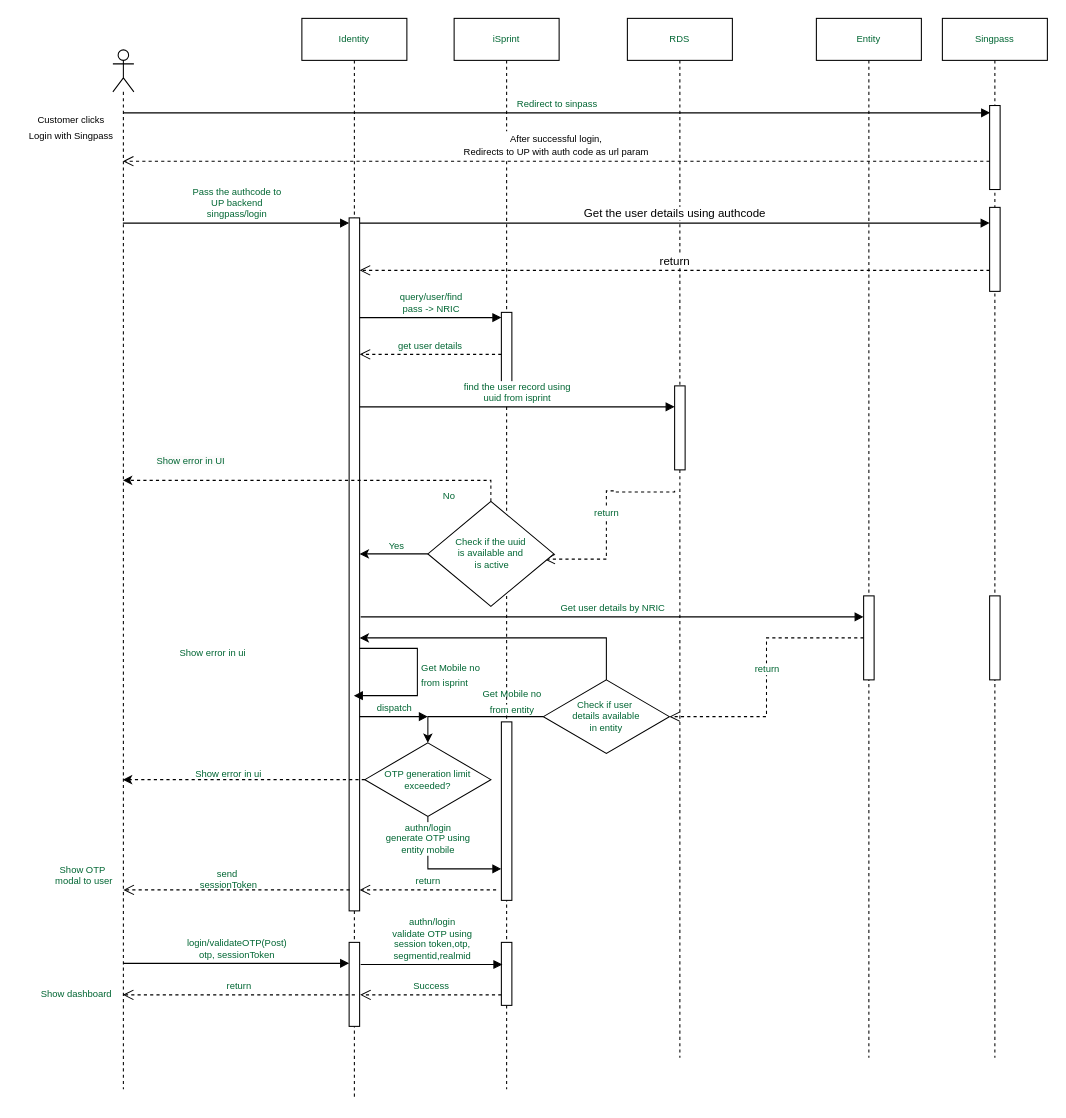
Before: singpass-login-flow.drawio in ajeeshraj56/drawio, a draw.io diagram. Source tidied: cells renumbered, new cells numbered last; positions are measured from the earlier drawing's top-left corner, leaving out a move shared by most shapes. Both pictures are drawn from the tidied source at 105%, with x=0, y=0 at pixel (18, 18).
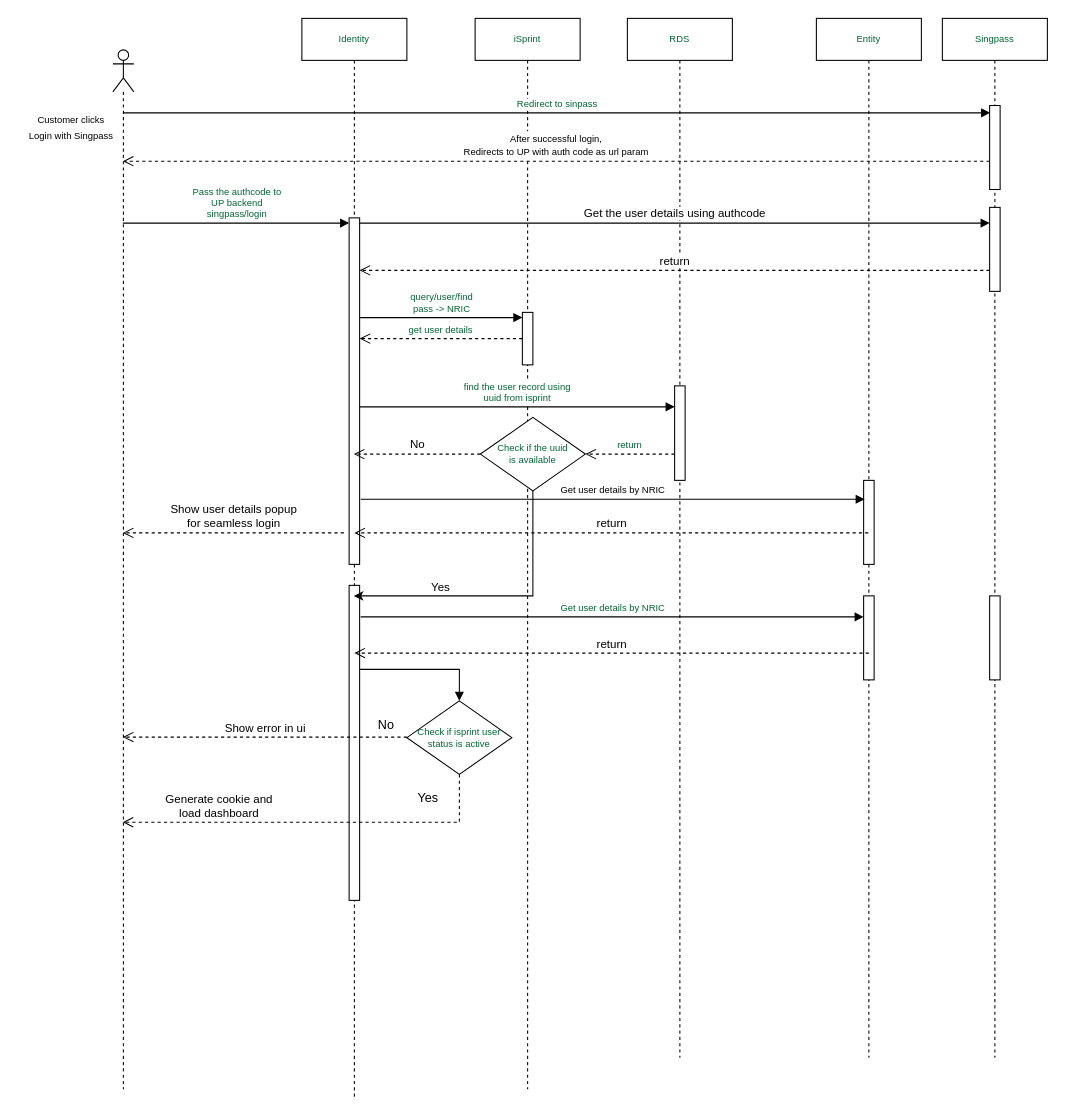
Above is the later version.

Unchanged cells that the change refers to:
```xml
<mxCell id="2" style="shape=umlLifeline;perimeter=lifelinePerimeter;whiteSpace=wrap;html=1;outlineConnect=0;portConstraint=eastwest;newEdgeStyle={&quot;curved&quot;:0,&quot;rounded&quot;:0};participant=umlActor;fontColor=#006633;fontSize=9;" parent="1" vertex="1">
  <mxGeometry x="90" y="30" width="20" height="990" as="geometry" />
</mxCell>
<mxCell id="3" value="Identity" style="shape=umlLifeline;perimeter=lifelinePerimeter;whiteSpace=wrap;html=1;outlineConnect=0;portConstraint=eastwest;newEdgeStyle={&quot;curved&quot;:0,&quot;rounded&quot;:0};fontColor=#006633;fontSize=9;" parent="1" vertex="1">
  <mxGeometry x="270" width="100" height="1030" as="geometry" />
</mxCell>
<mxCell id="11" value="RDS" style="shape=umlLifeline;perimeter=lifelinePerimeter;whiteSpace=wrap;html=1;newEdgeStyle={&quot;curved&quot;:0,&quot;rounded&quot;:0};fontColor=#006633;fontSize=9;" parent="1" vertex="1">
  <mxGeometry x="580" width="100" height="990" as="geometry" />
</mxCell>
<mxCell id="13" value="Entity" style="shape=umlLifeline;perimeter=lifelinePerimeter;whiteSpace=wrap;html=1;outlineConnect=0;portConstraint=eastwest;newEdgeStyle={&quot;curved&quot;:0,&quot;rounded&quot;:0};fontColor=#006633;fontSize=9;" parent="1" vertex="1">
  <mxGeometry x="760" width="100" height="990" as="geometry" />
</mxCell>
<mxCell id="14" style="html=1;points=[[0,0,0,0,5],[0,1,0,0,-5],[1,0,0,0,5],[1,1,0,0,-5]];perimeter=orthogonalPerimeter;outlineConnect=0;targetShapes=umlLifeline;portConstraint=eastwest;newEdgeStyle={&quot;curved&quot;:0,&quot;rounded&quot;:0};fontColor=#006633;fontSize=9;" parent="13" vertex="1">
  <mxGeometry x="45" y="550" width="10" height="80" as="geometry" />
</mxCell>
```

Change to the diagram source:
```diff
@@
     <mxCell id="4" style="html=1;points=[[0,0,0,0,5],[0,1,0,0,-5],[1,0,0,0,5],[1,1,0,0,-5]];perimeter=orthogonalPerimeter;outlineConnect=0;targetShapes=umlLifeline;portConstraint=eastwest;newEdgeStyle={&quot;curved&quot;:0,&quot;rounded&quot;:0};fontColor=#006633;fontSize=9;" parent="3" vertex="1">
-      <mxGeometry x="45" y="190" width="10" height="660" as="geometry" />
+      <mxGeometry x="45" y="190" width="10" height="330" as="geometry" />
     </mxCell>
-    <mxCell id="5" style="html=1;points=[[0,0,0,0,5],[0,1,0,0,-5],[1,0,0,0,5],[1,1,0,0,-5]];perimeter=orthogonalPerimeter;outlineConnect=0;targetShapes=umlLifeline;portConstraint=eastwest;newEdgeStyle={&quot;curved&quot;:0,&quot;rounded&quot;:0};fontColor=#006633;fontSize=9;" parent="3" vertex="1">
-      <mxGeometry x="45" y="880" width="10" height="80" as="geometry" />
-    </mxCell>
-    <mxCell id="6" value="&lt;font style=&quot;font-size: 9px;&quot;&gt;Get Mobile no &lt;br&gt;from isprint&lt;/font&gt;" style="html=1;align=left;spacingLeft=2;endArrow=block;rounded=0;edgeStyle=orthogonalEdgeStyle;curved=0;rounded=0;fontColor=#006633;" parent="3" edge="1" source="4" target="3">
-      <mxGeometry relative="1" as="geometry">
-        <Array as="points">
-          <mxPoint x="110" y="600" />
-          <mxPoint x="110" y="645" />
-        </Array>
-      </mxGeometry>
-    </mxCell>
+    <mxCell id="55" style="html=1;points=[[0,0,0,0,5],[0,1,0,0,-5],[1,0,0,0,5],[1,1,0,0,-5]];perimeter=orthogonalPerimeter;outlineConnect=0;targetShapes=umlLifeline;portConstraint=eastwest;newEdgeStyle={&quot;curved&quot;:0,&quot;rounded&quot;:0};" parent="3" vertex="1">
+      <mxGeometry x="45" y="540" width="10" height="300" as="geometry" />
+    </mxCell>
     <mxCell id="7" value="iSprint" style="shape=umlLifeline;perimeter=lifelinePerimeter;whiteSpace=wrap;html=1;newEdgeStyle={&quot;curved&quot;:0,&quot;rounded&quot;:0};fontColor=#006633;fontSize=9;" parent="1" vertex="1">
-      <mxGeometry x="415" width="100" height="1020" as="geometry" />
+      <mxGeometry x="435" width="100" height="1020" as="geometry" />
     </mxCell>
     <mxCell id="8" style="html=1;points=[[0,0,0,0,5],[0,1,0,0,-5],[1,0,0,0,5],[1,1,0,0,-5]];perimeter=orthogonalPerimeter;outlineConnect=0;targetShapes=umlLifeline;portConstraint=eastwest;newEdgeStyle={&quot;curved&quot;:0,&quot;rounded&quot;:0};fontColor=#006633;fontSize=9;" parent="7" vertex="1">
-      <mxGeometry x="45" y="280" width="10" height="80" as="geometry" />
+      <mxGeometry x="45" y="280" width="10" height="50" as="geometry" />
     </mxCell>
-    <mxCell id="9" style="html=1;points=[[0,0,0,0,5],[0,1,0,0,-5],[1,0,0,0,5],[1,1,0,0,-5]];perimeter=orthogonalPerimeter;outlineConnect=0;targetShapes=umlLifeline;portConstraint=eastwest;newEdgeStyle={&quot;curved&quot;:0,&quot;rounded&quot;:0};fontColor=#006633;fontSize=9;" parent="7" vertex="1">
-      <mxGeometry x="45" y="670" width="10" height="170" as="geometry" />
-    </mxCell>
-    <mxCell id="10" style="html=1;perimeter=orthogonalPerimeter;targetShapes=umlLifeline;newEdgeStyle={&quot;curved&quot;:0,&quot;rounded&quot;:0};fontColor=#006633;fontSize=9;" parent="7" vertex="1">
-      <mxGeometry x="45" y="880" width="10" height="60" as="geometry" />
-    </mxCell>
@@
     <mxCell id="12" style="html=1;points=[[0,0,0,0,5],[0,1,0,0,-5],[1,0,0,0,5],[1,1,0,0,-5]];perimeter=orthogonalPerimeter;outlineConnect=0;targetShapes=umlLifeline;portConstraint=eastwest;newEdgeStyle={&quot;curved&quot;:0,&quot;rounded&quot;:0};fontColor=#006633;fontSize=9;" parent="11" vertex="1">
-      <mxGeometry x="45" y="350" width="10" height="80" as="geometry" />
+      <mxGeometry x="45" y="350" width="10" height="90" as="geometry" />
     </mxCell>
@@
+    <mxCell id="56" style="html=1;perimeter=orthogonalPerimeter;targetShapes=umlLifeline;newEdgeStyle={&quot;curved&quot;:0,&quot;rounded&quot;:0};fontColor=#006633;fontSize=9;" parent="13" vertex="1">
+      <mxGeometry x="45" y="440" width="10" height="80" as="geometry" />
+    </mxCell>
@@
-    <mxCell id="20" value="return" style="html=1;verticalAlign=bottom;endArrow=open;dashed=1;endSize=8;rounded=0;entryX=0.925;entryY=0.55;entryDx=0;entryDy=0;entryPerimeter=0;strokeColor=default;edgeStyle=orthogonalEdgeStyle;fontColor=#006633;fontSize=9;" parent="1" edge="1" target="23">
-      <mxGeometry relative="1" as="geometry">
-        <mxPoint x="625" y="450" as="sourcePoint" />
-        <Array as="points">
-          <mxPoint x="625" y="451" />
-          <mxPoint x="568" y="451" />
-          <mxPoint x="568" y="450" />
-          <mxPoint x="560" y="450" />
-          <mxPoint x="560" y="515" />
-        </Array>
-      </mxGeometry>
+    <mxCell id="20" value="return" style="html=1;verticalAlign=bottom;endArrow=open;dashed=1;endSize=8;rounded=0;strokeColor=default;fontColor=#006633;fontSize=9;entryX=1;entryY=0.5;entryDx=0;entryDy=0;" parent="1" edge="1" source="12" target="23">
+      <mxGeometry relative="1" as="geometry" />
     </mxCell>
-    <mxCell id="21" style="rounded=0;jettySize=auto;html=1;exitX=0;exitY=0.5;exitDx=0;exitDy=0;fontColor=#006633;fontSize=9;" parent="1" edge="1" source="23" target="4">
-      <mxGeometry relative="1" as="geometry" />
-    </mxCell>
-    <mxCell id="22" style="edgeStyle=orthogonalEdgeStyle;rounded=0;jettySize=auto;html=1;exitX=0.5;exitY=0;exitDx=0;exitDy=0;dashed=1;fontColor=#006633;fontSize=9;" parent="1" edge="1" source="23" target="2">
-      <mxGeometry relative="1" as="geometry">
-        <Array as="points">
-          <mxPoint x="450" y="440" />
-        </Array>
-      </mxGeometry>
-    </mxCell>
+    <mxCell id="57" style="edgeStyle=orthogonalEdgeStyle;rounded=0;jettySize=auto;html=1;exitX=0.5;exitY=1;exitDx=0;exitDy=0;" parent="1" edge="1" source="23" target="3">
+      <mxGeometry relative="1" as="geometry">
+        <Array as="points">
+          <mxPoint x="490" y="550" />
+        </Array>
+      </mxGeometry>
+    </mxCell>
+    <mxCell id="58" value="Yes" style="edgeLabel;html=1;align=center;verticalAlign=middle;" parent="57" vertex="1">
+      <mxGeometry x="0.4" y="-9" relative="1" as="geometry" />
+    </mxCell>
-    <mxCell id="23" value="&lt;font style=&quot;font-size: 9px;&quot;&gt;Check if the uuid &lt;br style=&quot;font-size: 9px;&quot;&gt;is available and&lt;br style=&quot;font-size: 9px;&quot;&gt;&amp;nbsp;is active&lt;/font&gt;" style="rhombus;whiteSpace=wrap;html=1;fontColor=#006633;fontSize=9;" parent="1" vertex="1">
-      <mxGeometry x="390" y="460" width="120" height="100" as="geometry" />
+    <mxCell id="23" value="&lt;font style=&quot;font-size: 9px;&quot;&gt;Check if the uuid &lt;br style=&quot;font-size: 9px;&quot;&gt;is available&lt;/font&gt;" style="rhombus;whiteSpace=wrap;html=1;fontColor=#006633;fontSize=9;" parent="1" vertex="1">
+      <mxGeometry x="440" y="380" width="100" height="70" as="geometry" />
     </mxCell>
-    <mxCell id="24" value="No" style="text;html=1;align=center;verticalAlign=middle;strokeColor=none;fillColor=none;fontColor=#006633;fontSize=9;" parent="1" vertex="1">
-      <mxGeometry x="390" y="445" width="40" height="20" as="geometry" />
-    </mxCell>
-    <mxCell id="25" value="Yes" style="text;html=1;align=center;verticalAlign=middle;strokeColor=none;fillColor=none;fontColor=#006633;fontSize=9;" parent="1" vertex="1">
-      <mxGeometry x="340" y="493" width="40" height="20" as="geometry" />
-    </mxCell>
-    <mxCell id="26" value="&lt;span style=&quot;font-family: Helvetica; font-style: normal; font-variant-ligatures: normal; font-variant-caps: normal; font-weight: 400; letter-spacing: normal; orphans: 2; text-align: center; text-indent: 0px; text-transform: none; widows: 2; word-spacing: 0px; -webkit-text-stroke-width: 0px; background-color: rgb(251, 251, 251); text-decoration-thickness: initial; text-decoration-style: initial; text-decoration-color: initial; float: none; display: inline !important; font-size: 9px;&quot;&gt;&lt;font style=&quot;font-size: 9px;&quot;&gt;Show error in UI&lt;/font&gt;&lt;/span&gt;" style="text;whiteSpace=wrap;html=1;fontColor=#006633;fontSize=9;" parent="1" vertex="1">
-      <mxGeometry x="130" y="410" width="120" height="40" as="geometry" />
-    </mxCell>
@@
-    <mxCell id="28" style="rounded=0;jettySize=auto;html=1;exitX=0;exitY=0.5;exitDx=0;exitDy=0;fontColor=#006633;fontSize=9;entryX=0.5;entryY=0;entryDx=0;entryDy=0;edgeStyle=orthogonalEdgeStyle;" parent="1" edge="1" source="30" target="42">
-      <mxGeometry relative="1" as="geometry" />
-    </mxCell>
-    <mxCell id="29" style="edgeStyle=orthogonalEdgeStyle;rounded=0;jettySize=auto;html=1;exitX=0.5;exitY=0;exitDx=0;exitDy=0;fontColor=#006633;" parent="1" edge="1" source="30" target="4">
-      <mxGeometry relative="1" as="geometry">
-        <Array as="points">
-          <mxPoint x="560" y="590" />
-        </Array>
-      </mxGeometry>
-    </mxCell>
-    <mxCell id="30" value="&lt;font style=&quot;font-size: 9px;&quot;&gt;Check if user&amp;nbsp;&lt;br style=&quot;font-size: 9px;&quot;&gt;details available&lt;br style=&quot;font-size: 9px;&quot;&gt;in entity&lt;br style=&quot;font-size: 9px;&quot;&gt;&lt;/font&gt;" style="rhombus;whiteSpace=wrap;html=1;fontColor=#006633;fontSize=9;" parent="1" vertex="1">
-      <mxGeometry x="500" y="630" width="120" height="70" as="geometry" />
-    </mxCell>
-    <mxCell id="31" value="return" style="html=1;verticalAlign=bottom;endArrow=open;dashed=1;endSize=8;rounded=0;entryX=1;entryY=0.5;entryDx=0;entryDy=0;edgeStyle=orthogonalEdgeStyle;fontColor=#006633;fontSize=9;" parent="1" edge="1" source="14" target="30">
-      <mxGeometry relative="1" as="geometry" />
-    </mxCell>
-    <mxCell id="32" value="&lt;font style=&quot;font-size: 9px;&quot;&gt;Show error in ui&lt;/font&gt;" style="text;html=1;align=center;verticalAlign=middle;strokeColor=none;fillColor=none;fontColor=#006633;fontSize=9;" parent="1" vertex="1">
-      <mxGeometry x="140" y="595" width="90" height="20" as="geometry" />
-    </mxCell>
-    <mxCell id="33" value="&lt;font style=&quot;font-size: 9px;&quot;&gt;authn/login&lt;br style=&quot;font-size: 9px;&quot;&gt;generate OTP using &lt;br style=&quot;font-size: 9px;&quot;&gt;entity mobile&lt;/font&gt;" style="html=1;verticalAlign=bottom;endArrow=block;rounded=0;fontColor=#006633;fontSize=9;exitX=0.5;exitY=1;exitDx=0;exitDy=0;edgeStyle=orthogonalEdgeStyle;" parent="1" edge="1" source="42" target="9">
-      <mxGeometry x="-0.33" relative="1" as="geometry">
-        <Array as="points">
-          <mxPoint x="390" y="810" />
-        </Array>
-      </mxGeometry>
-    </mxCell>
-    <mxCell id="34" value="return" style="html=1;verticalAlign=bottom;endArrow=open;dashed=1;endSize=8;curved=0;rounded=0;fontColor=#006633;fontSize=9;" parent="1" edge="1">
-      <mxGeometry relative="1" as="geometry">
-        <mxPoint x="455" y="830" as="sourcePoint" />
-        <mxPoint x="325" y="830" as="targetPoint" />
-      </mxGeometry>
-    </mxCell>
-    <mxCell id="35" value="&lt;font style=&quot;font-size: 9px;&quot;&gt;Show OTP&lt;br style=&quot;font-size: 9px;&quot;&gt;&amp;nbsp;modal to user&lt;/font&gt;" style="html=1;verticalAlign=bottom;endArrow=open;dashed=1;endSize=8;curved=0;rounded=0;fontColor=#006633;fontSize=9;" parent="1" edge="1">
-      <mxGeometry x="1" y="40" relative="1" as="geometry">
-        <mxPoint x="315.5" y="830" as="sourcePoint" />
-        <mxPoint x="100" y="830" as="targetPoint" />
-        <mxPoint x="-39" y="-40" as="offset" />
-      </mxGeometry>
-    </mxCell>
-    <mxCell id="36" value="&lt;font style=&quot;font-size: 9px;&quot;&gt;send&amp;nbsp;&lt;br style=&quot;font-size: 9px;&quot;&gt;sessionToken&lt;/font&gt;" style="text;html=1;align=center;verticalAlign=middle;strokeColor=none;fillColor=none;fontColor=#006633;fontSize=9;" parent="1" vertex="1">
-      <mxGeometry x="160" y="800" width="80" height="40" as="geometry" />
-    </mxCell>
-    <mxCell id="37" value="&lt;font style=&quot;font-size: 9px;&quot;&gt;login/validateOTP(Post)&lt;br style=&quot;font-size: 9px;&quot;&gt;otp, sessionToken&lt;/font&gt;" style="html=1;verticalAlign=bottom;endArrow=block;curved=0;rounded=0;fontColor=#006633;fontSize=9;" parent="1" edge="1" target="5">
-      <mxGeometry relative="1" as="geometry">
-        <mxPoint x="100" y="900" as="sourcePoint" />
-      </mxGeometry>
-    </mxCell>
-    <mxCell id="38" value="&lt;font style=&quot;font-size: 9px;&quot;&gt;authn/login&lt;br style=&quot;font-size: 9px;&quot;&gt;validate OTP using &lt;br style=&quot;font-size: 9px;&quot;&gt;session token,otp,&lt;br style=&quot;font-size: 9px;&quot;&gt;segmentid,realmid&lt;br style=&quot;font-size: 9px;&quot;&gt;&lt;/font&gt;" style="html=1;verticalAlign=bottom;endArrow=block;curved=0;rounded=0;fontColor=#006633;fontSize=9;" parent="1" edge="1">
-      <mxGeometry relative="1" as="geometry">
-        <mxPoint x="326" y="901" as="sourcePoint" />
-        <mxPoint x="461" y="901" as="targetPoint" />
-      </mxGeometry>
-    </mxCell>
-    <mxCell id="39" value="Success" style="html=1;verticalAlign=bottom;endArrow=open;dashed=1;endSize=8;curved=0;rounded=0;fontColor=#006633;fontSize=9;exitX=0;exitY=1;exitDx=0;exitDy=-5;exitPerimeter=0;" parent="1" edge="1">
-      <mxGeometry relative="1" as="geometry">
-        <mxPoint x="460" y="930" as="sourcePoint" />
-        <mxPoint x="325.5" y="930" as="targetPoint" />
-      </mxGeometry>
-    </mxCell>
-    <mxCell id="40" value="return" style="html=1;verticalAlign=bottom;endArrow=open;dashed=1;endSize=8;curved=0;rounded=0;fontSize=9;fontColor=#006633;" parent="1" edge="1" target="2">
-      <mxGeometry relative="1" as="geometry">
-        <mxPoint x="320.5" y="930" as="sourcePoint" />
-      </mxGeometry>
-    </mxCell>
-    <mxCell id="41" value="&lt;font style=&quot;font-size: 9px;&quot;&gt;Show dashboard&lt;/font&gt;" style="text;html=1;align=center;verticalAlign=middle;strokeColor=none;fillColor=none;fontSize=9;fontColor=#006633;" parent="1" vertex="1">
-      <mxGeometry x="10" y="920" width="90" height="20" as="geometry" />
-    </mxCell>
-    <mxCell id="42" value="&lt;font style=&quot;font-size: 9px;&quot;&gt;OTP generation limit exceeded?&lt;br style=&quot;font-size: 9px;&quot;&gt;&lt;/font&gt;" style="rhombus;whiteSpace=wrap;html=1;fontColor=#006633;fontSize=9;" parent="1" vertex="1">
-      <mxGeometry x="330" y="690" width="120" height="70" as="geometry" />
-    </mxCell>
-    <mxCell id="43" style="rounded=0;jettySize=auto;html=1;dashed=1;fontColor=#006633;fontSize=9;exitX=0;exitY=0.5;exitDx=0;exitDy=0;" parent="1" edge="1" source="42" target="2">
-      <mxGeometry relative="1" as="geometry" />
-    </mxCell>
-    <mxCell id="44" value="&lt;font style=&quot;font-size: 9px;&quot;&gt;Show error in ui&lt;/font&gt;" style="text;html=1;align=center;verticalAlign=middle;strokeColor=none;fillColor=none;fontColor=#006633;fontSize=9;" parent="1" vertex="1">
-      <mxGeometry x="155" y="710" width="90" height="20" as="geometry" />
-    </mxCell>
-    <mxCell id="45" value="&lt;font style=&quot;font-size: 9px;&quot;&gt;dispatch&lt;/font&gt;" style="html=1;verticalAlign=bottom;endArrow=block;curved=0;rounded=0;fontColor=#006633;" parent="1" edge="1" source="4">
-      <mxGeometry relative="1" as="geometry">
-        <mxPoint x="390" y="665" as="targetPoint" />
-      </mxGeometry>
-    </mxCell>
-    <mxCell id="46" value="&lt;font color=&quot;#006633&quot; style=&quot;font-size: 9px;&quot;&gt;Get Mobile no&lt;br style=&quot;border-color: var(--border-color); text-align: left; background-color: rgb(255, 255, 255);&quot;&gt;&lt;span style=&quot;text-align: left; background-color: rgb(255, 255, 255);&quot;&gt;from entity&lt;/span&gt;&lt;/font&gt;" style="text;html=1;align=center;verticalAlign=middle;rotation=0;" parent="1" vertex="1">
-      <mxGeometry x="430" y="630" width="80" height="40" as="geometry" />
-    </mxCell>
@@
+    <mxCell id="59" value="No" style="html=1;verticalAlign=bottom;endArrow=open;dashed=1;endSize=8;curved=0;rounded=0;exitX=0;exitY=0.5;exitDx=0;exitDy=0;" parent="1" edge="1" source="23" target="3">
+      <mxGeometry relative="1" as="geometry" />
+    </mxCell>
+    <mxCell id="60" value="&lt;font style=&quot;font-size: 9px;&quot;&gt;Get user details by NRIC&lt;/font&gt;" style="html=1;verticalAlign=bottom;endArrow=block;curved=0;rounded=0;" parent="1" edge="1">
+      <mxGeometry relative="1" as="geometry">
+        <mxPoint x="326" y="458" as="sourcePoint" />
+        <mxPoint x="806" y="458" as="targetPoint" />
+      </mxGeometry>
+    </mxCell>
+    <mxCell id="61" value="return" style="html=1;verticalAlign=bottom;endArrow=open;dashed=1;endSize=8;curved=0;rounded=0;" parent="1" edge="1" source="13">
+      <mxGeometry relative="1" as="geometry">
+        <mxPoint x="320" y="490" as="targetPoint" />
+      </mxGeometry>
+    </mxCell>
+    <mxCell id="62" value="Show user details popup&lt;br&gt;for seamless login" style="html=1;verticalAlign=bottom;endArrow=open;dashed=1;endSize=8;curved=0;rounded=0;" parent="1" edge="1" target="2">
+      <mxGeometry relative="1" as="geometry">
+        <mxPoint x="310" y="490" as="sourcePoint" />
+      </mxGeometry>
+    </mxCell>
+    <mxCell id="63" value="return" style="html=1;verticalAlign=bottom;endArrow=open;dashed=1;endSize=8;curved=0;rounded=0;" parent="1" edge="1">
+      <mxGeometry relative="1" as="geometry">
+        <mxPoint x="810" y="604.5" as="sourcePoint" />
+        <mxPoint x="320" y="604.5" as="targetPoint" />
+      </mxGeometry>
+    </mxCell>
+    <mxCell id="64" value="Check if isprint user status is active" style="rhombus;whiteSpace=wrap;html=1;fontColor=#006633;fontSize=9;" parent="1" vertex="1">
+      <mxGeometry x="370" y="650" width="100" height="70" as="geometry" />
+    </mxCell>
+    <mxCell id="65" style="html=1;verticalAlign=bottom;endArrow=block;rounded=0;entryX=0.5;entryY=0;entryDx=0;entryDy=0;edgeStyle=orthogonalEdgeStyle;" parent="1" edge="1" source="55" target="64">
+      <mxGeometry relative="1" as="geometry">
+        <Array as="points">
+          <mxPoint x="420" y="620" />
+        </Array>
+      </mxGeometry>
+    </mxCell>
+    <mxCell id="66" value="Show error in ui" style="html=1;verticalAlign=bottom;endArrow=open;dashed=1;endSize=8;curved=0;rounded=0;" parent="1" edge="1" target="2">
+      <mxGeometry relative="1" as="geometry">
+        <mxPoint x="370" y="684.5" as="sourcePoint" />
+      </mxGeometry>
+    </mxCell>
+    <mxCell id="67" value="No" style="text;html=1;align=center;verticalAlign=middle;strokeColor=none;fillColor=none;" parent="1" vertex="1">
+      <mxGeometry x="330" y="658" width="40" height="30" as="geometry" />
+    </mxCell>
+    <mxCell id="68" value="Generate cookie and &lt;br&gt;load dashboard" style="html=1;verticalAlign=bottom;endArrow=open;dashed=1;endSize=8;rounded=0;exitX=0.5;exitY=1;exitDx=0;exitDy=0;entryX=0.467;entryY=0.743;entryDx=0;entryDy=0;entryPerimeter=0;edgeStyle=orthogonalEdgeStyle;" parent="1" edge="1" source="64" target="2">
+      <mxGeometry x="0.5" relative="1" as="geometry">
+        <Array as="points">
+          <mxPoint x="420" y="766" />
+        </Array>
+      </mxGeometry>
+    </mxCell>
+    <mxCell id="69" value="Yes" style="text;html=1;align=center;verticalAlign=middle;strokeColor=none;fillColor=none;" parent="1" vertex="1">
+      <mxGeometry x="370" y="728" width="40" height="30" as="geometry" />
+    </mxCell>
```
